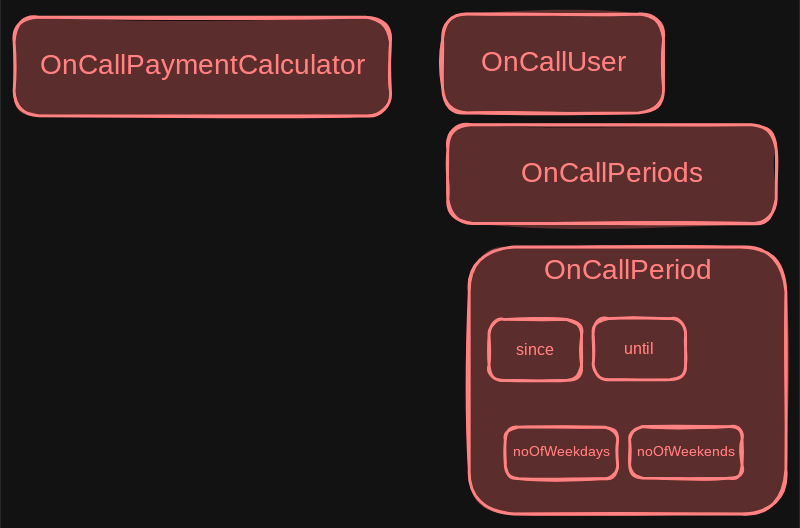
This is diagrams/sw-arch.excalidraw.svg from lonelydev/caloohpay, a Excalidraw export, as it was before one commit. Source tidied: one line per element, renumbered; positions are measured from the earlier drawing's top-left corner, leaving out a move shared by most shapes.
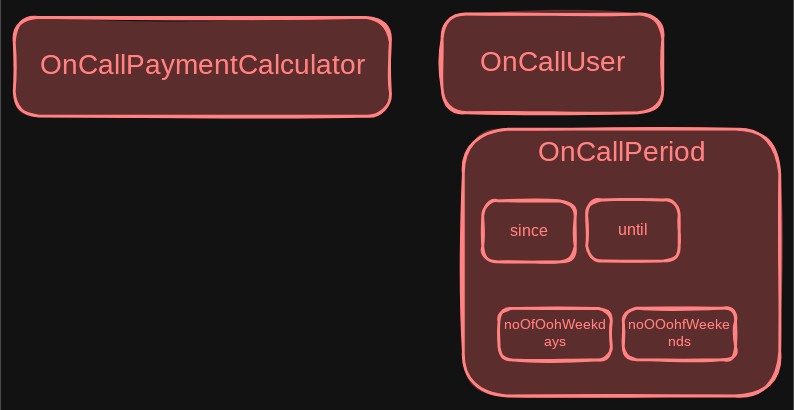
Above is the later version.

Commit message:
fix(diagram): update sw-arch diagram

- update name of properties

Change to the diagram source:
```diff
@@ -2,15 +2,13 @@
 {"id": 1, "type": "text", "text": "OnCallPaymentCalculator", "strokeColor": "#e03131", "backgroundColor": "#ffc9c9", "fillStyle": "solid", "strokeWidth": 2, "roughness": 1, "fontSize": 20, "fontFamily": 1, "textAlign": "center", "verticalAlign": "middle", "inside": 0, "x": 13, "y": 25, "width": 243, "height": 25}
 {"id": 2, "type": "rectangle", "strokeColor": "#e03131", "backgroundColor": "#ffc9c9", "fillStyle": "solid", "strokeWidth": 2, "roughness": 1, "round": true, "x": 306, "y": 0, "width": 158, "height": 71}
 {"id": 3, "type": "text", "text": "OnCallUser", "strokeColor": "#e03131", "backgroundColor": "#ffc9c9", "fillStyle": "solid", "strokeWidth": 2, "roughness": 1, "fontSize": 20, "fontFamily": 1, "textAlign": "center", "verticalAlign": "middle", "inside": 2, "x": 333, "y": 23, "width": 105, "height": 25}
-{"id": 4, "type": "rectangle", "strokeColor": "#e03131", "backgroundColor": "#ffc9c9", "fillStyle": "solid", "strokeWidth": 2, "roughness": 1, "round": true, "x": 310, "y": 79, "width": 235, "height": 71}
-{"id": 5, "type": "text", "text": "OnCallPeriods", "strokeColor": "#e03131", "backgroundColor": "#ffc9c9", "fillStyle": "solid", "strokeWidth": 2, "roughness": 1, "fontSize": 20, "fontFamily": 1, "textAlign": "center", "verticalAlign": "middle", "inside": 4, "x": 362, "y": 102, "width": 131, "height": 25}
-{"id": 6, "type": "rectangle", "strokeColor": "#e03131", "backgroundColor": "#ffc9c9", "fillStyle": "solid", "strokeWidth": 2, "roughness": 1, "round": true, "x": 325, "y": 167, "width": 226, "height": 191}
+{"id": 6, "type": "rectangle", "strokeColor": "#e03131", "backgroundColor": "#ffc9c9", "fillStyle": "solid", "strokeWidth": 2, "roughness": 1, "round": true, "x": 321, "y": 82, "width": 226, "height": 191}
-{"id": 7, "type": "text", "text": "OnCallPeriod", "strokeColor": "#e03131", "backgroundColor": "#ffc9c9", "fillStyle": "solid", "strokeWidth": 2, "roughness": 1, "fontSize": 20, "fontFamily": 1, "textAlign": "center", "inside": 6, "x": 378, "y": 172, "width": 120, "height": 25}
+{"id": 7, "type": "text", "text": "OnCallPeriod", "strokeColor": "#e03131", "backgroundColor": "#ffc9c9", "fillStyle": "solid", "strokeWidth": 2, "roughness": 1, "fontSize": 20, "fontFamily": 1, "textAlign": "center", "inside": 6, "x": 374, "y": 87, "width": 120, "height": 25}
-{"id": 8, "type": "rectangle", "strokeColor": "#e03131", "backgroundColor": "#ffc9c9", "fillStyle": "solid", "strokeWidth": 2, "roughness": 1, "round": true, "x": 339, "y": 218, "width": 66, "height": 44}
+{"id": 8, "type": "rectangle", "strokeColor": "#e03131", "backgroundColor": "#ffc9c9", "fillStyle": "solid", "strokeWidth": 2, "roughness": 1, "round": true, "x": 335, "y": 134, "width": 66, "height": 44}
-{"id": 9, "type": "text", "text": "since", "strokeColor": "#e03131", "backgroundColor": "#ffc9c9", "fillStyle": "solid", "strokeWidth": 2, "roughness": 1, "fontSize": 11.55, "fontFamily": 1, "textAlign": "center", "verticalAlign": "middle", "inside": 8, "x": 359, "y": 233, "width": 26, "height": 14}
+{"id": 9, "type": "text", "text": "since", "strokeColor": "#e03131", "backgroundColor": "#ffc9c9", "fillStyle": "solid", "strokeWidth": 2, "roughness": 1, "fontSize": 11.55, "fontFamily": 1, "textAlign": "center", "verticalAlign": "middle", "inside": 8, "x": 355, "y": 148, "width": 26, "height": 14}
-{"id": 10, "type": "rectangle", "strokeColor": "#e03131", "backgroundColor": "#ffc9c9", "fillStyle": "solid", "strokeWidth": 2, "roughness": 1, "round": true, "x": 414, "y": 218, "width": 66, "height": 44}
+{"id": 10, "type": "rectangle", "strokeColor": "#e03131", "backgroundColor": "#ffc9c9", "fillStyle": "solid", "strokeWidth": 2, "roughness": 1, "round": true, "x": 410, "y": 133, "width": 66, "height": 44}
-{"id": 11, "type": "text", "text": "until", "strokeColor": "#e03131", "backgroundColor": "#ffc9c9", "fillStyle": "solid", "strokeWidth": 2, "roughness": 1, "fontSize": 11.55, "fontFamily": 1, "textAlign": "center", "verticalAlign": "middle", "inside": 10, "x": 435, "y": 232, "width": 24, "height": 14}
+{"id": 11, "type": "text", "text": "until", "strokeColor": "#e03131", "backgroundColor": "#ffc9c9", "fillStyle": "solid", "strokeWidth": 2, "roughness": 1, "fontSize": 11.55, "fontFamily": 1, "textAlign": "center", "verticalAlign": "middle", "inside": 10, "x": 431, "y": 148, "width": 24, "height": 14}
-{"id": 12, "type": "rectangle", "strokeColor": "#e03131", "backgroundColor": "#ffc9c9", "fillStyle": "solid", "strokeWidth": 2, "roughness": 1, "round": true, "x": 351, "y": 295, "width": 80, "height": 37}
+{"id": 12, "type": "rectangle", "strokeColor": "#e03131", "backgroundColor": "#ffc9c9", "fillStyle": "solid", "strokeWidth": 2, "roughness": 1, "round": true, "x": 347, "y": 211, "width": 80, "height": 37}
-{"id": 13, "type": "text", "text": "noOfWeekdays", "strokeColor": "#e03131", "backgroundColor": "#ffc9c9", "fillStyle": "solid", "strokeWidth": 2, "roughness": 1, "fontSize": 9.77, "fontFamily": 1, "textAlign": "center", "verticalAlign": "middle", "inside": 12, "x": 358, "y": 308, "width": 66, "height": 12}
+{"id": 13, "type": "text", "text": "noOfOohWeekd\nays", "strokeColor": "#e03131", "backgroundColor": "#ffc9c9", "fillStyle": "solid", "strokeWidth": 2, "roughness": 1, "fontSize": 9.77, "fontFamily": 1, "textAlign": "center", "verticalAlign": "middle", "inside": 12, "x": 353, "y": 217, "width": 67, "height": 24}
-{"id": 14, "type": "rectangle", "strokeColor": "#e03131", "backgroundColor": "#ffc9c9", "fillStyle": "solid", "strokeWidth": 2, "roughness": 1, "round": true, "x": 440, "y": 295, "width": 80, "height": 37}
+{"id": 14, "type": "rectangle", "strokeColor": "#e03131", "backgroundColor": "#ffc9c9", "fillStyle": "solid", "strokeWidth": 2, "roughness": 1, "round": true, "x": 436, "y": 210, "width": 80, "height": 37}
-{"id": 15, "type": "text", "text": "noOfWeekends", "strokeColor": "#e03131", "backgroundColor": "#ffc9c9", "fillStyle": "solid", "strokeWidth": 2, "roughness": 1, "fontSize": 9.77, "fontFamily": 1, "textAlign": "center", "verticalAlign": "middle", "inside": 14, "x": 447, "y": 307, "width": 65, "height": 12}
+{"id": 15, "type": "text", "text": "noOOohfWeeke\nnds", "strokeColor": "#e03131", "backgroundColor": "#ffc9c9", "fillStyle": "solid", "strokeWidth": 2, "roughness": 1, "fontSize": 9.77, "fontFamily": 1, "textAlign": "center", "verticalAlign": "middle", "inside": 14, "x": 442, "y": 217, "width": 67, "height": 24}
```
